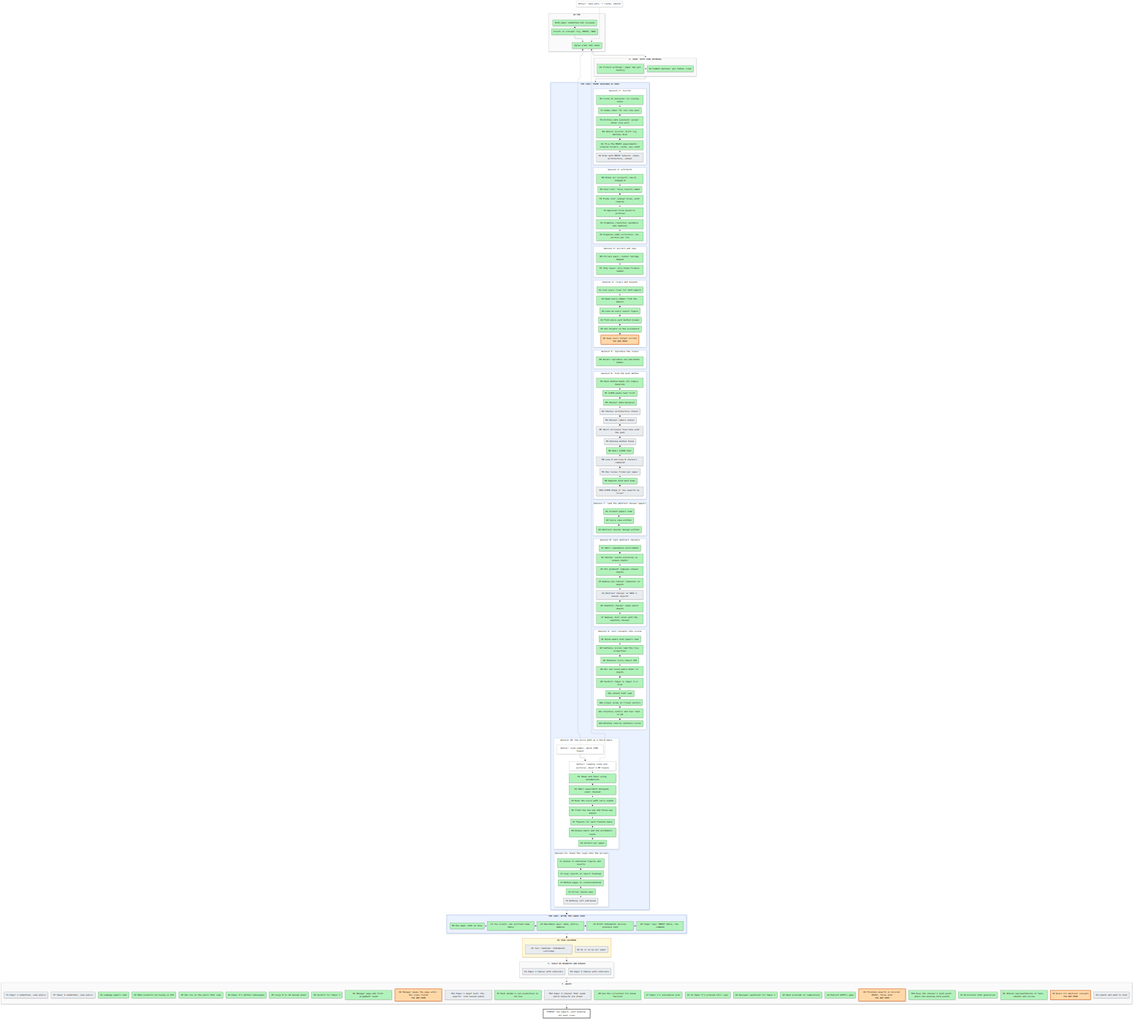
Earlier version of the Mermaid export artifacts/notes/progress/map.png (mo-rsa24/concept-composition). Its source is kept beside it as artifacts/notes/progress/map.mmd.
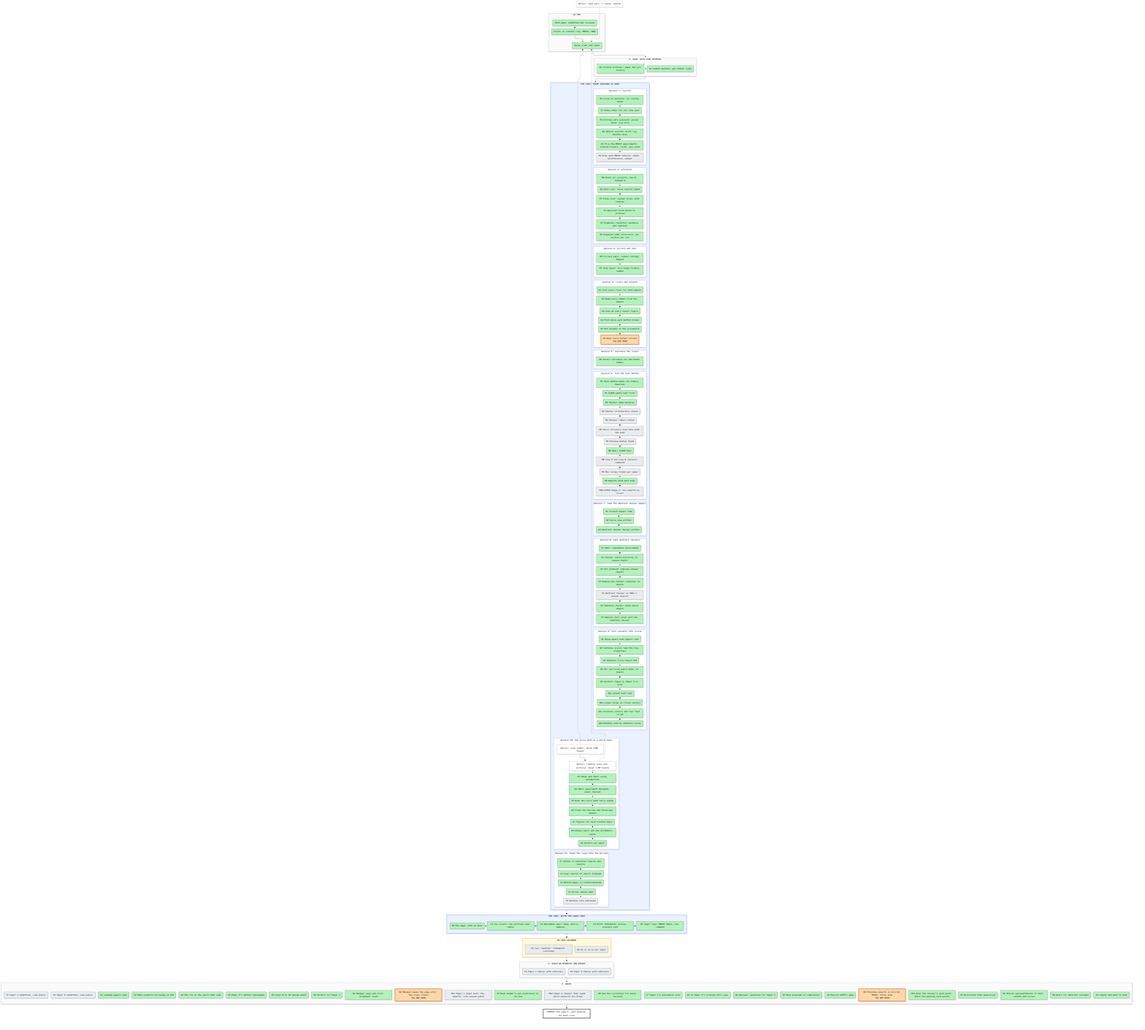
After the commit.

Commit message:
Owner answered 111: the checker route for Paper 2 closes

What changed in the source:
```diff
@@ -74,7 +74,7 @@
   end
   subgraph SF["F. WRITE"]
     direction LR
-    F1["F1 Paper 1 submitted, code public"]:::todo ~~~ F2["F2 Paper 2 submitted, code public"]:::todo ~~~ Z1["Z1 Leakage papers read"]:::done ~~~ Z2["Z2 What predicts borrowing on CO3"]:::done ~~~ Z3["Z3 One fix on the pairs that leak"]:::done ~~~ Z4["Z4 Paper 2's method redesigned"]:::done ~~~ Z5["Z5 Loops 8 to 10 design audit"]:::done ~~~ Z6["Z6 Verdict for Paper 2"]:::done ~~~ N1["N1 Manager page and first alignment round"]:::done ~~~ N2["N2 Manager keeps the page until the loops finish<br/>YOU ARE HERE"]:::doing ~~~ M11["M11 Paper 1 digit test: the experts' vote beside paste"]:::todo ~~~ Z7["Z7 Each animal's own prediction in its box"]:::done ~~~ M12["M12 Paper 2 checker that reads which subjects are drawn"]:::todo ~~~ Z8["Z8 Can the correction fix known failures"]:::done ~~~ K7["K7 Paper 1's evaluation plan"]:::done ~~~ G1["G1 Is Paper 2's problem still open"]:::done ~~~ G2["G2 Reviewer questions for Paper 1"]:::done ~~~ G3["G3 Open problems in composition"]:::done ~~~ G4["G4 Exploit DCFM's gaps"]:::done ~~~ Z9["Z9 Finished experts on Colored MNIST, three arms<br/>YOU ARE HERE"]:::doing ~~~ M13["M13 Does the checker's push point where the missing term points"]:::done ~~~ H1["H1 Directions that generalise"]:::done ~~~ H2["H2 Shared representations of text, latents and scores"]:::done ~~~ H3["H3 Dials for abstract concepts<br/>YOU ARE HERE"]:::doing ~~~ H4["H4 Limits and what to test"]:::todo
+    F1["F1 Paper 1 submitted, code public"]:::todo ~~~ F2["F2 Paper 2 submitted, code public"]:::todo ~~~ Z1["Z1 Leakage papers read"]:::done ~~~ Z2["Z2 What predicts borrowing on CO3"]:::done ~~~ Z3["Z3 One fix on the pairs that leak"]:::done ~~~ Z4["Z4 Paper 2's method redesigned"]:::done ~~~ Z5["Z5 Loops 8 to 10 design audit"]:::done ~~~ Z6["Z6 Verdict for Paper 2"]:::done ~~~ N1["N1 Manager page and first alignment round"]:::done ~~~ N2["N2 Manager keeps the page until the loops finish<br/>YOU ARE HERE"]:::doing ~~~ M11["M11 Paper 1 digit test: the experts' vote beside paste"]:::todo ~~~ Z7["Z7 Each animal's own prediction in its box"]:::done ~~~ M12["M12 Paper 2 checker that reads which subjects are drawn"]:::todo ~~~ Z8["Z8 Can the correction fix known failures"]:::done ~~~ K7["K7 Paper 1's evaluation plan"]:::done ~~~ G1["G1 Is Paper 2's problem still open"]:::done ~~~ G2["G2 Reviewer questions for Paper 1"]:::done ~~~ G3["G3 Open problems in composition"]:::done ~~~ G4["G4 Exploit DCFM's gaps"]:::done ~~~ Z9["Z9 Finished experts on Colored MNIST, three arms<br/>YOU ARE HERE"]:::doing ~~~ M13["M13 Does the checker's push point where the missing term points"]:::done ~~~ H1["H1 Directions that generalise"]:::done ~~~ H2["H2 Shared representations of text, latents and scores"]:::done ~~~ H3["H3 Dials for abstract concepts"]:::done ~~~ H4["H4 Limits and what to test"]:::done
   end
   GOAL["FINISH: two papers, each beating its best rival"]:::goal
   X0["Detour: idea walk, 7 claims, paused"]:::detour -.-> P2
```
